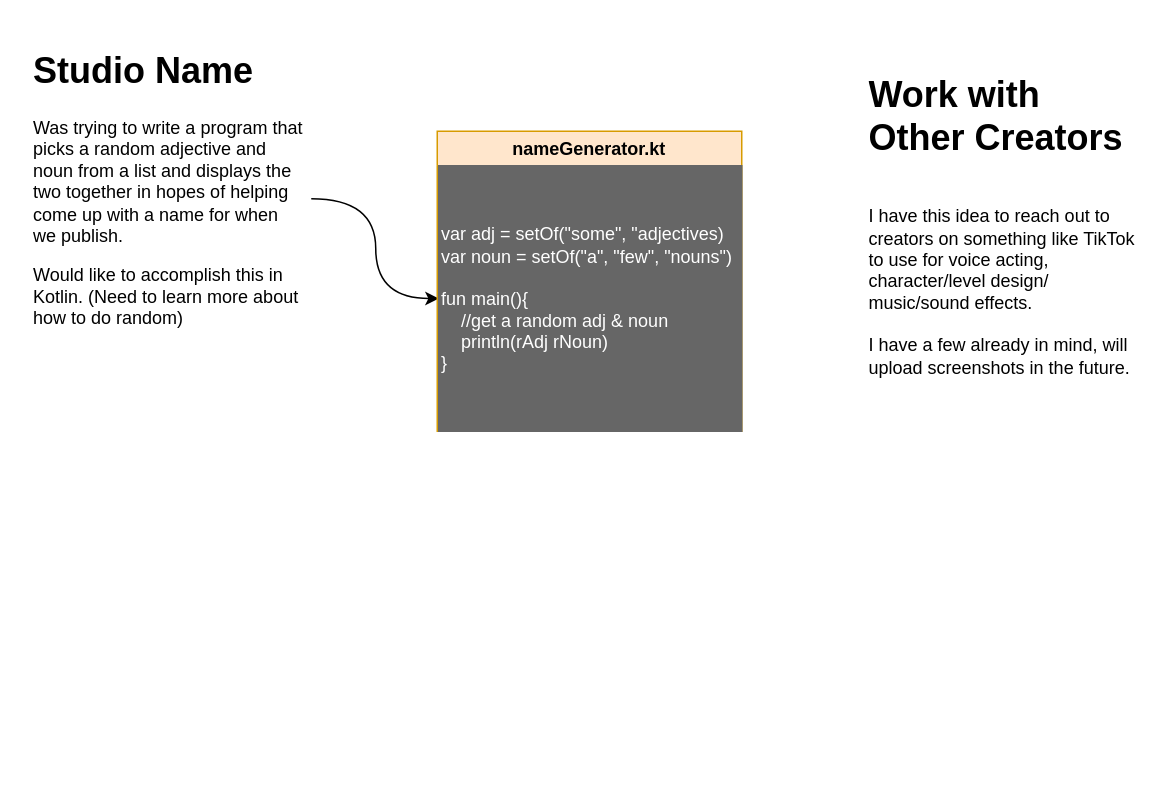
This is page "Ideas" (2 of 4) of game dev flowchart.drawio from BigMikesExp/Shitsngigs, a draw.io file, before an edit. Source tidied: cells renumbered, new cells numbered last; positions are measured from the earlier drawing's top-left corner, leaving out a move shared by most shapes. Both pictures are drawn from the tidied source at 150%, with x=0, y=0 at pixel (26, 40).
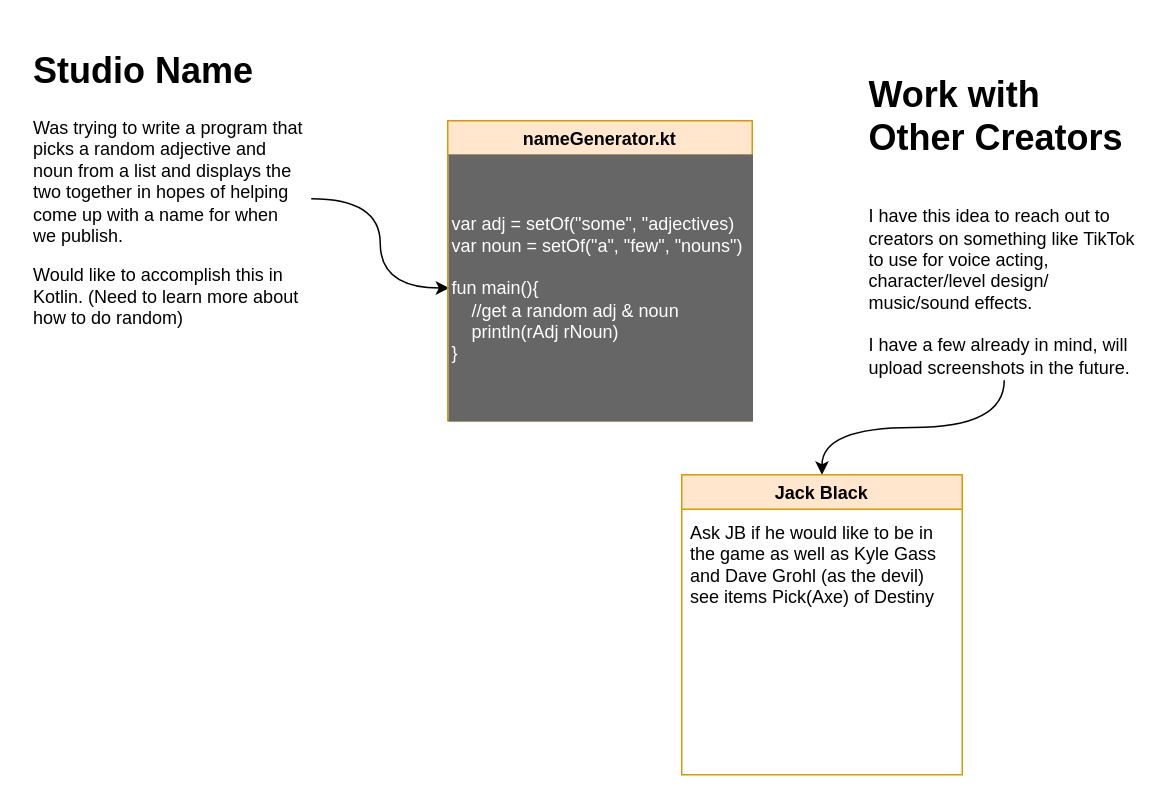
The same diagram, later.

Diff of the diagram source:
```diff
@@
 <mxGraphModel>
   <root>
     <mxCell id="0" />
     <mxCell id="1" parent="0" />
     <mxCell id="2" style="edgeStyle=elbowEdgeStyle;jettySize=auto;html=1;curved=1;" parent="1" edge="1" source="3" target="5">
       <mxGeometry relative="1" as="geometry" />
     </mxCell>
     <mxCell id="3" value="&lt;h1&gt;Studio Name&lt;br&gt;&lt;/h1&gt;&lt;p&gt;Was trying to write a program that picks a random adjective and noun from a list and displays the two together in hopes of helping come up with a name for when we publish. &lt;br&gt;&lt;/p&gt;&lt;p&gt;Would like to accomplish this in Kotlin. (Need to learn more about how to do random)&lt;br&gt;&lt;/p&gt;" style="text;html=1;strokeColor=none;fillColor=none;spacing=5;spacingTop=-20;whiteSpace=wrap;overflow=hidden;rounded=0;" parent="1" vertex="1">
       <mxGeometry width="190" height="210" as="geometry" />
     </mxCell>
     <mxCell id="4" value="nameGenerator.kt" style="swimlane;fillColor=#ffe6cc;strokeColor=#d79b00;" parent="1" vertex="1">
-      <mxGeometry x="274" y="60" width="203" height="200" as="geometry" />
+      <mxGeometry x="281" y="53" width="203" height="200" as="geometry" />
     </mxCell>
     <mxCell id="5" value="&lt;div align=&quot;justify&quot;&gt;&lt;font color=&quot;#FFFFFF&quot;&gt;var adj = setOf(&quot;some&quot;, &quot;adjectives)&lt;br&gt;var noun = setOf(&quot;a&quot;, &quot;few&quot;, &quot;nouns&quot;)&lt;br&gt;&lt;br&gt;fun main(){&lt;br&gt;&amp;nbsp;&amp;nbsp;&amp;nbsp; //get a random adj &amp;amp; noun&lt;br&gt;&amp;nbsp;&amp;nbsp;&amp;nbsp; println(rAdj rNoun)&lt;br&gt;&lt;/font&gt;&lt;/div&gt;&lt;div align=&quot;justify&quot;&gt;&lt;font color=&quot;#FFFFFF&quot;&gt;}&lt;/font&gt;&lt;/div&gt;" style="rounded=0;whiteSpace=wrap;html=1;align=left;strokeColor=#666666;fontColor=#333333;fillColor=#666666;" parent="4" vertex="1">
       <mxGeometry x="1" y="23" width="202" height="177" as="geometry" />
     </mxCell>
+    <mxCell id="7" style="edgeStyle=orthogonalEdgeStyle;rounded=0;jettySize=auto;html=1;exitX=0.5;exitY=1;exitDx=0;exitDy=0;entryX=0.5;entryY=0;entryDx=0;entryDy=0;curved=1;" parent="1" edge="1" source="6" target="8">
+      <mxGeometry relative="1" as="geometry" />
+    </mxCell>
     <mxCell id="6" value="&lt;h1&gt;Work with Other Creators&lt;br&gt;&lt;/h1&gt;&lt;div&gt;&lt;br&gt;&lt;/div&gt;&lt;div&gt;I have this idea to reach out to creators on something like TikTok to use for voice acting, character/level design/ music/sound effects.&lt;/div&gt;&lt;div&gt;&lt;br&gt;&lt;/div&gt;&lt;div&gt;I have a few already in mind, will upload screenshots in the future.&lt;br&gt;&lt;/div&gt;" style="text;html=1;strokeColor=none;fillColor=none;spacing=5;spacingTop=-20;whiteSpace=wrap;overflow=hidden;rounded=0;" parent="1" vertex="1">
       <mxGeometry x="557" y="16" width="190" height="210" as="geometry" />
     </mxCell>
+    <mxCell id="8" value="Jack Black" style="swimlane;noLabel=0;strokeColor=#d79b00;fillColor=#ffe6cc;" parent="1" vertex="1">
+      <mxGeometry x="437" y="289" width="187" height="200" as="geometry" />
+    </mxCell>
+    <mxCell id="9" value="Ask JB if he would like to be in the game as well as Kyle Gass and Dave Grohl (as the devil) see items Pick(Axe) of Destiny&#10;" style="text;strokeColor=none;fillColor=none;align=left;verticalAlign=top;spacingLeft=4;spacingRight=4;overflow=hidden;glass=0;comic=0;whiteSpace=wrap;noLabel=0;" parent="8" vertex="1">
+      <mxGeometry y="25" width="187" height="74" as="geometry" />
+    </mxCell>
   </root>
 </mxGraphModel>
```
